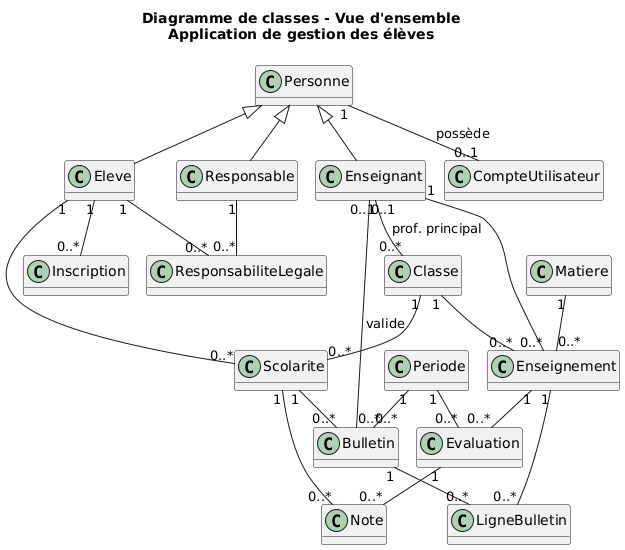
Before: docs/uml/diagramme-classes-overview.png, a diagram exported from PlantUML (Florian2524/gestion-eleves).
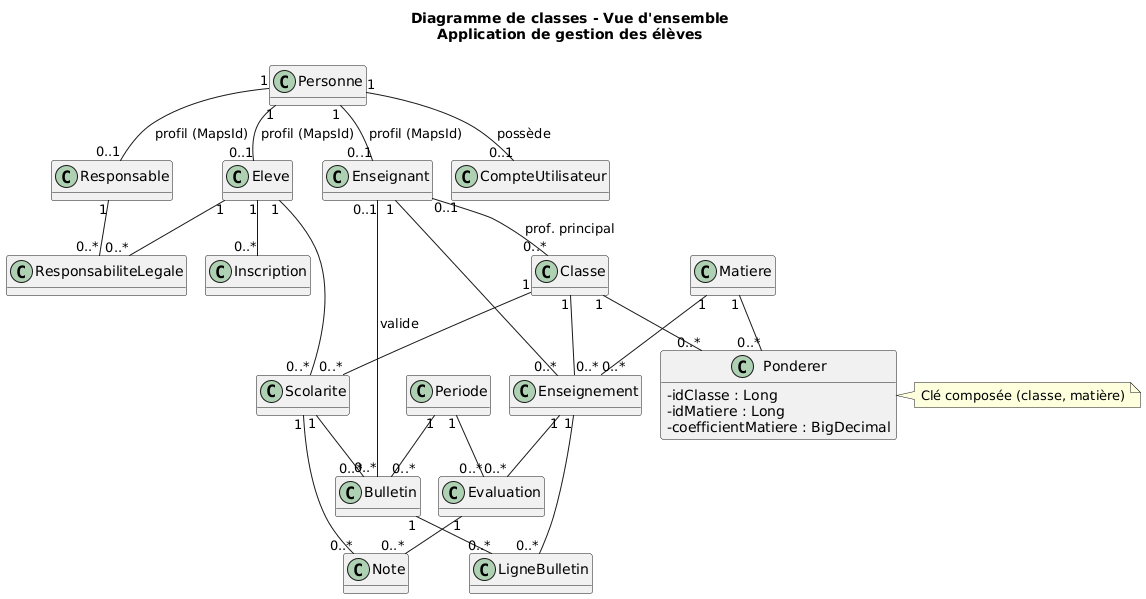
After the change.

Diff of the diagram source:
```diff
@@ -25,9 +25,9 @@
 class LigneBulletin
 class ResponsabiliteLegale
 
-Personne <|-- Eleve
-Personne <|-- Responsable
-Personne <|-- Enseignant
+Personne "1" -- "0..1" Eleve : profil (MapsId)
+Personne "1" -- "0..1" Responsable : profil (MapsId)
+Personne "1" -- "0..1" Enseignant : profil (MapsId)
 
 Personne "1" -- "0..1" CompteUtilisateur : possède
 
@@ -57,4 +57,12 @@
 Bulletin "1" -- "0..*" LigneBulletin
 Enseignement "1" -- "0..*" LigneBulletin
 
+class Ponderer {
+  - idClasse : Long
+  - idMatiere : Long
+  - coefficientMatiere : BigDecimal
+}
+Classe "1" -- "0..*" Ponderer
+Matiere "1" -- "0..*" Ponderer
+note right of Ponderer : Clé composée (classe, matière)
 @enduml
```
